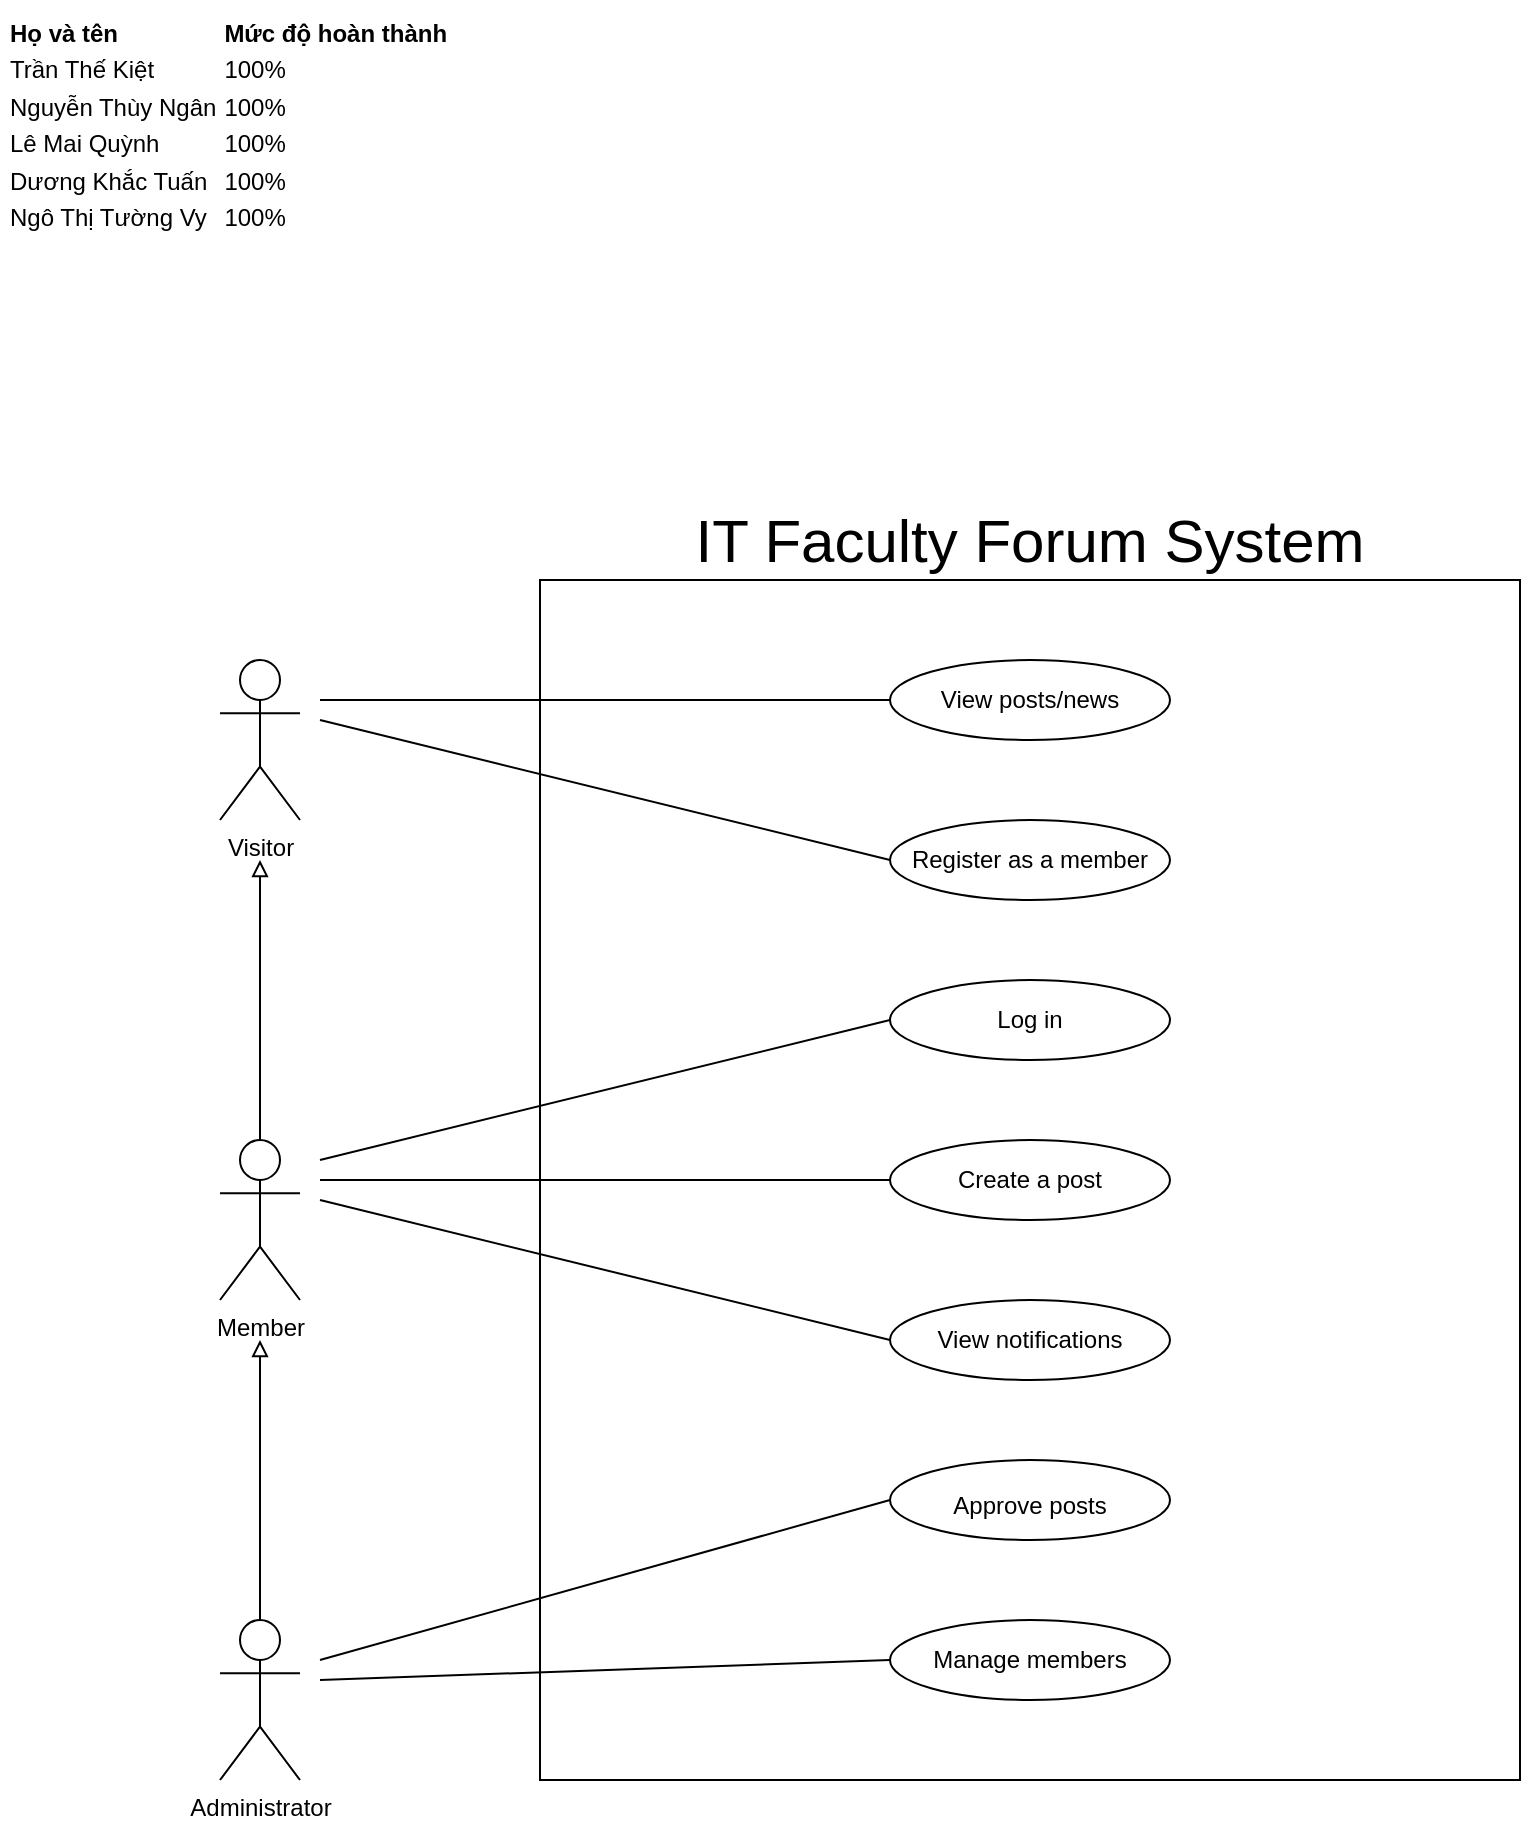
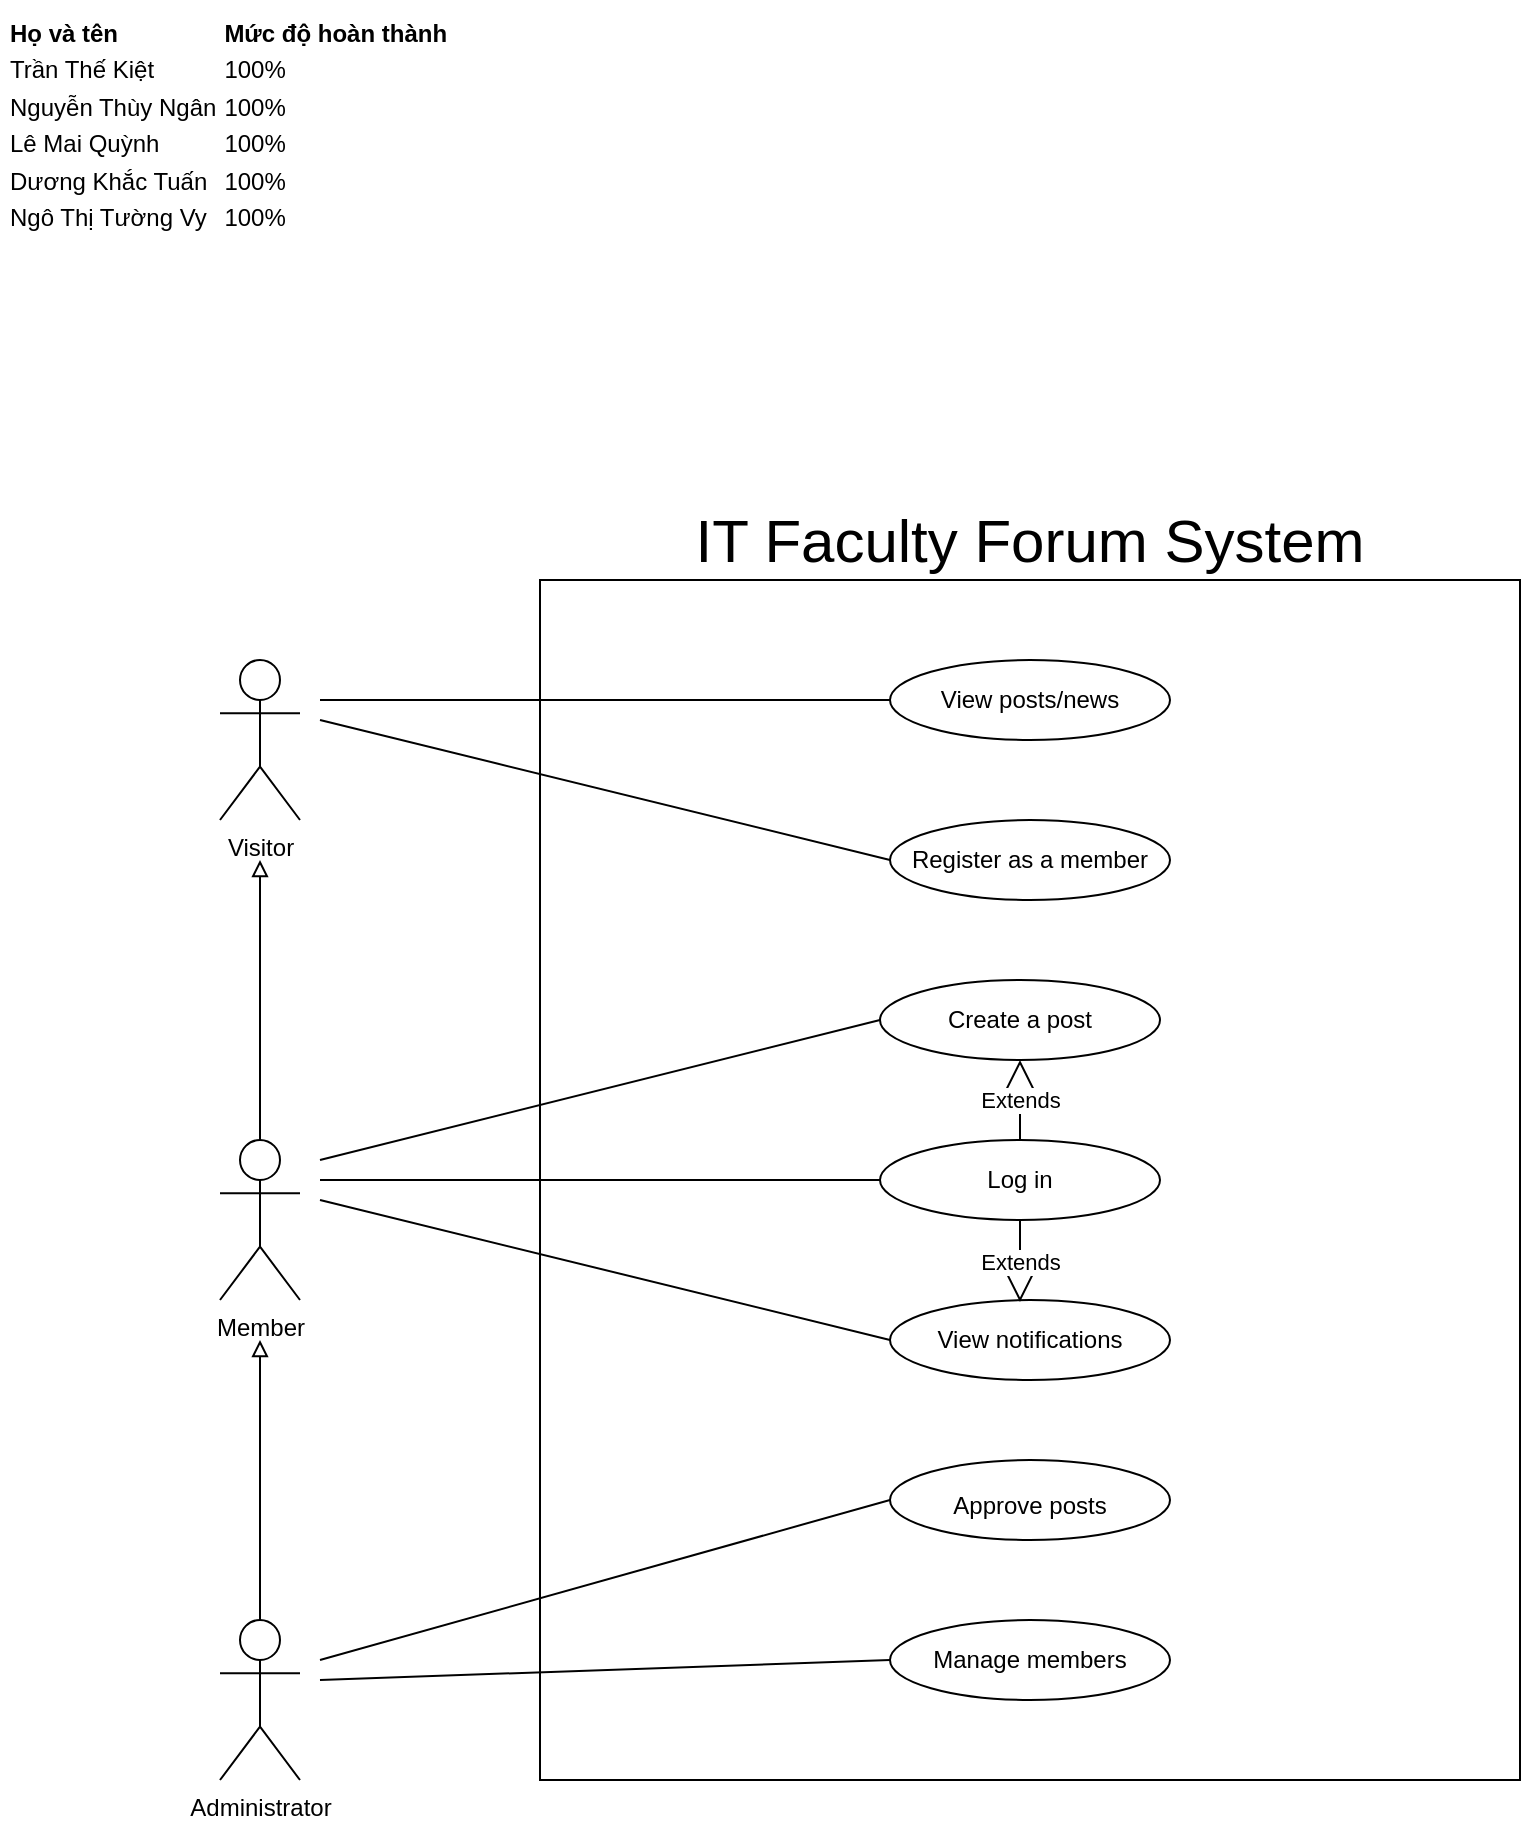
<mxfile host="app.diagrams.net" pages="3">
  <diagram name="UseCaseLevel1" id="R5SArAZ-sp13xk5E453y">
-     <mxGraphModel dx="1406" dy="2434" grid="1" gridSize="10" guides="1" tooltips="1" connect="1" arrows="1" fold="1" page="1" pageScale="1" pageWidth="1169" pageHeight="1654" math="0" shadow="0">
+     <mxGraphModel dx="981" dy="2222" grid="1" gridSize="10" guides="1" tooltips="1" connect="1" arrows="1" fold="1" page="1" pageScale="1" pageWidth="1169" pageHeight="1654" math="0" shadow="0">
      <root>
        <mxCell id="0" />
        <mxCell id="1" parent="0" />
        <mxCell id="h2pIs2B6fA9uW1FB1x-K-3" parent="1" style="rounded=0;whiteSpace=wrap;html=1;fillColor=none;" value="" vertex="1">
          <mxGeometry height="600" width="490" x="340" y="40" as="geometry" />
        </mxCell>
        <mxCell id="h2pIs2B6fA9uW1FB1x-K-4" parent="1" style="shape=umlActor;verticalLabelPosition=bottom;verticalAlign=top;html=1;" value="Visitor" vertex="1">
          <mxGeometry height="80" width="40" x="180" y="80" as="geometry" />
        </mxCell>
        <mxCell id="h2pIs2B6fA9uW1FB1x-K-9" edge="1" parent="1" source="h2pIs2B6fA9uW1FB1x-K-5" style="endArrow=block;endFill=0;">
          <mxGeometry relative="1" as="geometry">
            <mxPoint x="200" y="180" as="targetPoint" />
          </mxGeometry>
        </mxCell>
        <mxCell id="h2pIs2B6fA9uW1FB1x-K-5" parent="1" style="shape=umlActor;verticalLabelPosition=bottom;verticalAlign=top;html=1;" value="Member" vertex="1">
          <mxGeometry height="80" width="40" x="180" y="320" as="geometry" />
        </mxCell>
        <mxCell id="h2pIs2B6fA9uW1FB1x-K-8" edge="1" parent="1" source="h2pIs2B6fA9uW1FB1x-K-6" style="endArrow=block;endFill=0;">
          <mxGeometry relative="1" as="geometry">
            <mxPoint x="200" y="550" as="sourcePoint" />
            <mxPoint x="200" y="420" as="targetPoint" />
          </mxGeometry>
        </mxCell>
        <mxCell id="h2pIs2B6fA9uW1FB1x-K-6" parent="1" style="shape=umlActor;verticalLabelPosition=bottom;verticalAlign=top;html=1;" value="Administrator" vertex="1">
          <mxGeometry height="80" width="40" x="180" y="560" as="geometry" />
        </mxCell>
        <mxCell id="h2pIs2B6fA9uW1FB1x-K-10" parent="1" style="ellipse;whiteSpace=wrap;html=1;" value="View posts/news" vertex="1">
          <mxGeometry height="40" width="140" x="515" y="80" as="geometry" />
        </mxCell>
        <mxCell id="h2pIs2B6fA9uW1FB1x-K-11" parent="1" style="ellipse;whiteSpace=wrap;html=1;" value="Register as a member" vertex="1">
          <mxGeometry height="40" width="140" x="515" y="160" as="geometry" />
        </mxCell>
        <mxCell id="h2pIs2B6fA9uW1FB1x-K-12" parent="1" style="ellipse;whiteSpace=wrap;html=1;" value="Manage members" vertex="1">
          <mxGeometry height="40" width="140" x="515" y="560" as="geometry" />
        </mxCell>
        <mxCell id="h2pIs2B6fA9uW1FB1x-K-13" parent="1" style="ellipse;whiteSpace=wrap;html=1;" value="&lt;table&gt;&lt;tbody&gt;&lt;tr&gt;&lt;td data-start=&quot;483&quot; data-end=&quot;500&quot; data-col-size=&quot;sm&quot;&gt;&lt;/td&gt;&lt;/tr&gt;&lt;/tbody&gt;&lt;/table&gt;&lt;table&gt;&lt;tbody&gt;&lt;tr&gt;&lt;td data-start=&quot;500&quot; data-end=&quot;517&quot; data-col-size=&quot;sm&quot;&gt;Approve posts&lt;/td&gt;&lt;/tr&gt;&lt;/tbody&gt;&lt;/table&gt;" vertex="1">
          <mxGeometry height="40" width="140" x="515" y="480" as="geometry" />
        </mxCell>
        <mxCell id="h2pIs2B6fA9uW1FB1x-K-14" parent="1" style="ellipse;whiteSpace=wrap;html=1;" value="View notifications" vertex="1">
          <mxGeometry height="40" width="140" x="515" y="400" as="geometry" />
        </mxCell>
        <mxCell id="h2pIs2B6fA9uW1FB1x-K-15" parent="1" style="ellipse;whiteSpace=wrap;html=1;" value="Create a post" vertex="1">
-           <mxGeometry height="40" width="140" x="515" y="320" as="geometry" />
+           <mxGeometry height="40" width="140" x="510" y="240" as="geometry" />
        </mxCell>
        <mxCell id="h2pIs2B6fA9uW1FB1x-K-16" parent="1" style="ellipse;whiteSpace=wrap;html=1;" value="Log in" vertex="1">
-           <mxGeometry height="40" width="140" x="515" y="240" as="geometry" />
+           <mxGeometry height="40" width="140" x="510" y="320" as="geometry" />
        </mxCell>
        <mxCell id="h2pIs2B6fA9uW1FB1x-K-17" edge="1" parent="1" style="endArrow=none;html=1;rounded=0;entryX=0;entryY=0.5;entryDx=0;entryDy=0;" target="h2pIs2B6fA9uW1FB1x-K-10" value="">
          <mxGeometry height="50" relative="1" width="50" as="geometry">
            <mxPoint x="230" y="100" as="sourcePoint" />
            <mxPoint x="280" y="50" as="targetPoint" />
          </mxGeometry>
        </mxCell>
        <mxCell id="h2pIs2B6fA9uW1FB1x-K-18" edge="1" parent="1" style="endArrow=none;html=1;rounded=0;entryX=0;entryY=0.5;entryDx=0;entryDy=0;" target="h2pIs2B6fA9uW1FB1x-K-11" value="">
          <mxGeometry height="50" relative="1" width="50" as="geometry">
            <mxPoint x="230" y="110" as="sourcePoint" />
            <mxPoint x="380" y="140" as="targetPoint" />
          </mxGeometry>
        </mxCell>
        <mxCell id="h2pIs2B6fA9uW1FB1x-K-19" edge="1" parent="1" style="endArrow=none;html=1;rounded=0;entryX=0;entryY=0.5;entryDx=0;entryDy=0;" target="h2pIs2B6fA9uW1FB1x-K-16" value="">
          <mxGeometry height="50" relative="1" width="50" as="geometry">
+             <mxPoint x="230" y="340" as="sourcePoint" />
+             <mxPoint x="280" y="280" as="targetPoint" />
+           </mxGeometry>
+         </mxCell>
+         <mxCell id="h2pIs2B6fA9uW1FB1x-K-20" edge="1" parent="1" style="endArrow=none;html=1;rounded=0;entryX=0;entryY=0.5;entryDx=0;entryDy=0;" target="h2pIs2B6fA9uW1FB1x-K-15" value="">
+           <mxGeometry height="50" relative="1" width="50" as="geometry">
            <mxPoint x="230" y="330" as="sourcePoint" />
-             <mxPoint x="280" y="280" as="targetPoint" />
-           </mxGeometry>
-         </mxCell>
-         <mxCell id="h2pIs2B6fA9uW1FB1x-K-20" edge="1" parent="1" style="endArrow=none;html=1;rounded=0;entryX=0;entryY=0.5;entryDx=0;entryDy=0;" target="h2pIs2B6fA9uW1FB1x-K-15" value="">
-           <mxGeometry height="50" relative="1" width="50" as="geometry">
-             <mxPoint x="230" y="340" as="sourcePoint" />
            <mxPoint x="400" y="430" as="targetPoint" />
          </mxGeometry>
        </mxCell>
        <mxCell id="h2pIs2B6fA9uW1FB1x-K-21" edge="1" parent="1" style="endArrow=none;html=1;rounded=0;entryX=0;entryY=0.5;entryDx=0;entryDy=0;" target="h2pIs2B6fA9uW1FB1x-K-14" value="">
          <mxGeometry height="50" relative="1" width="50" as="geometry">
            <mxPoint x="230" y="350" as="sourcePoint" />
            <mxPoint x="400" y="430" as="targetPoint" />
          </mxGeometry>
        </mxCell>
        <mxCell id="h2pIs2B6fA9uW1FB1x-K-22" edge="1" parent="1" style="endArrow=none;html=1;rounded=0;entryX=0;entryY=0.5;entryDx=0;entryDy=0;" target="h2pIs2B6fA9uW1FB1x-K-13" value="">
          <mxGeometry height="50" relative="1" width="50" as="geometry">
            <mxPoint x="230" y="580" as="sourcePoint" />
            <mxPoint x="470" y="480" as="targetPoint" />
          </mxGeometry>
        </mxCell>
        <mxCell id="h2pIs2B6fA9uW1FB1x-K-23" edge="1" parent="1" style="endArrow=none;html=1;rounded=0;entryX=0;entryY=0.5;entryDx=0;entryDy=0;" target="h2pIs2B6fA9uW1FB1x-K-12" value="">
          <mxGeometry height="50" relative="1" width="50" as="geometry">
            <mxPoint x="230" y="590" as="sourcePoint" />
            <mxPoint x="450" y="450" as="targetPoint" />
          </mxGeometry>
        </mxCell>
        <mxCell id="C04jKtBo_vdliFKvRf8y-1" parent="1" style="text;html=1;whiteSpace=wrap;strokeColor=none;fillColor=none;align=center;verticalAlign=middle;rounded=0;fontSize=30;" value="IT Faculty Forum System" vertex="1">
          <mxGeometry height="30" width="420" x="375" y="5" as="geometry" />
        </mxCell>
        <mxCell id="89xbub1j4bfNiErm5dUX-1" parent="1" style="text;whiteSpace=wrap;html=1;" value="&lt;table&gt;&lt;thead&gt;&lt;tr&gt;&lt;th&gt;Họ và tên&lt;/th&gt;&lt;th&gt;Mức độ hoàn thành&lt;/th&gt;&lt;/tr&gt;&lt;/thead&gt;&lt;tbody&gt;&lt;tr&gt;&lt;td&gt;Trần Thế Kiệt&lt;/td&gt;&lt;td&gt;100%&lt;/td&gt;&lt;/tr&gt;&lt;tr&gt;&lt;td&gt;Nguyễn Thùy Ngân&lt;/td&gt;&lt;td&gt;100%&lt;/td&gt;&lt;/tr&gt;&lt;tr&gt;&lt;td&gt;Lê Mai Quỳnh&lt;/td&gt;&lt;td&gt;100%&lt;/td&gt;&lt;/tr&gt;&lt;tr&gt;&lt;td&gt;Dương Khắc Tuấn&lt;/td&gt;&lt;td&gt;100%&lt;/td&gt;&lt;/tr&gt;&lt;tr&gt;&lt;td&gt;Ngô Thị Tường Vy&lt;/td&gt;&lt;td&gt;100%&lt;/td&gt;&lt;/tr&gt;&lt;/tbody&gt;&lt;/table&gt;" vertex="1">
          <mxGeometry height="140" width="260" x="70" y="-250" as="geometry" />
+         </mxCell>
+         <mxCell id="_qQ-pECXFfhusa9vpeEa-2" edge="1" parent="1" source="h2pIs2B6fA9uW1FB1x-K-16" style="endArrow=block;endSize=16;endFill=0;html=1;rounded=0;entryX=0.5;entryY=1;entryDx=0;entryDy=0;" target="h2pIs2B6fA9uW1FB1x-K-15" value="Extends">
+           <mxGeometry relative="1" width="160" as="geometry">
+             <mxPoint x="390" y="520" as="sourcePoint" />
+             <mxPoint x="550" y="520" as="targetPoint" />
+           </mxGeometry>
+         </mxCell>
+         <mxCell id="_qQ-pECXFfhusa9vpeEa-3" edge="1" parent="1" style="endArrow=block;endSize=16;endFill=0;html=1;rounded=0;" value="Extends">
+           <mxGeometry relative="1" width="160" as="geometry">
+             <mxPoint x="580" y="360" as="sourcePoint" />
+             <mxPoint x="580" y="401" as="targetPoint" />
+           </mxGeometry>
        </mxCell>
      </root>
    </mxGraphModel>
  </diagram>
  <diagram id="GyQeJO6hl7p-9kbhmS7M" name="UseCaseLevel2-Thành viên">
    <mxGraphModel dx="1758" dy="2075" grid="1" gridSize="10" guides="1" tooltips="1" connect="1" arrows="1" fold="1" page="1" pageScale="1" pageWidth="850" pageHeight="1100" math="0" shadow="0">
      <root>
        <mxCell id="0" />
        <mxCell id="1" parent="0" />
        <mxCell id="actor" parent="1" style="shape=umlActor;verticalLabelPosition=bottom;verticalAlign=top;" value="Member" vertex="1">
          <mxGeometry height="100" width="50" x="60" y="280" as="geometry" />
        </mxCell>
        <mxCell id="uc_register" parent="1" style="ellipse;whiteSpace=wrap;html=1;" value="Register" vertex="1">
          <mxGeometry height="60" width="140" x="290" y="70" as="geometry" />
        </mxCell>
        <mxCell id="uc_login" parent="1" style="ellipse;whiteSpace=wrap;html=1;" value="Log in" vertex="1">
          <mxGeometry height="60" width="140" x="320" y="220" as="geometry" />
        </mxCell>
        <mxCell id="uc_post" parent="1" style="ellipse;whiteSpace=wrap;html=1;" value="Create a post" vertex="1">
          <mxGeometry height="60" width="140" x="320" y="380" as="geometry" />
        </mxCell>
        <mxCell id="uc_notify" parent="1" style="ellipse;whiteSpace=wrap;html=1;" value="View notifications" vertex="1">
          <mxGeometry height="60" width="180" x="320" y="590" as="geometry" />
        </mxCell>
        <mxCell id="uc_info" parent="1" style="ellipse;whiteSpace=wrap;html=1;" value="Enter information" vertex="1">
          <mxGeometry height="60" width="170" x="650" y="40" as="geometry" />
        </mxCell>
        <mxCell id="uc_validate" parent="1" style="ellipse;whiteSpace=wrap;html=1;" value="Validate information" vertex="1">
          <mxGeometry height="60" width="170" x="657" y="110" as="geometry" />
        </mxCell>
        <mxCell id="uc_create" parent="1" style="ellipse;whiteSpace=wrap;html=1;" value="Create account" vertex="1">
          <mxGeometry height="60" width="170" x="650" y="180" as="geometry" />
        </mxCell>
        <mxCell id="uc_inputlogin" parent="1" style="ellipse;whiteSpace=wrap;html=1;" value="Enter account credentials" vertex="1">
          <mxGeometry height="60" width="170" x="670" y="260" as="geometry" />
        </mxCell>
        <mxCell id="uc_auth" parent="1" style="ellipse;whiteSpace=wrap;html=1;" value="Authenticate account" vertex="1">
          <mxGeometry height="60" width="170" x="657" y="350" as="geometry" />
        </mxCell>
        <mxCell id="uc_write" parent="1" style="ellipse;whiteSpace=wrap;html=1;" value="Compose post" vertex="1">
          <mxGeometry height="60" width="180" x="790" y="390" as="geometry" />
        </mxCell>
        <mxCell id="uc_upload" parent="1" style="ellipse;whiteSpace=wrap;html=1;" value="Upload images" vertex="1">
          <mxGeometry height="60" width="180" x="790" y="460" as="geometry" />
        </mxCell>
        <mxCell id="uc_save" parent="1" style="ellipse;whiteSpace=wrap;html=1;" value="Save post" vertex="1">
          <mxGeometry height="60" width="180" x="690" y="530" as="geometry" />
        </mxCell>
        <mxCell id="uc_detailnotify" parent="1" style="ellipse;whiteSpace=wrap;html=1;" value="View notification details" vertex="1">
          <mxGeometry height="60" width="220" x="670" y="600" as="geometry" />
        </mxCell>
        <mxCell id="a1" edge="1" parent="1" source="actor" target="uc_register">
          <mxGeometry relative="1" as="geometry" />
        </mxCell>
        <mxCell id="a2" edge="1" parent="1" source="actor" target="uc_login">
          <mxGeometry relative="1" as="geometry" />
        </mxCell>
        <mxCell id="a3" edge="1" parent="1" source="actor" target="uc_post">
          <mxGeometry relative="1" as="geometry" />
        </mxCell>
        <mxCell id="a4" edge="1" parent="1" source="actor" target="uc_notify">
          <mxGeometry relative="1" as="geometry" />
        </mxCell>
        <mxCell id="i1" edge="1" parent="1" source="uc_register" style="dashed=1;endArrow=open;" target="uc_info" value="&lt;&lt;include&gt;&gt;">
          <mxGeometry relative="1" as="geometry" />
        </mxCell>
        <mxCell id="i2" edge="1" parent="1" source="uc_register" style="dashed=1;endArrow=open;" target="uc_validate" value="&lt;&lt;include&gt;&gt;">
          <mxGeometry relative="1" as="geometry" />
        </mxCell>
        <mxCell id="i3" edge="1" parent="1" source="uc_register" style="dashed=1;endArrow=open;" target="uc_create" value="&lt;&lt;include&gt;&gt;">
          <mxGeometry relative="1" as="geometry" />
        </mxCell>
        <mxCell id="i4" edge="1" parent="1" source="uc_login" style="dashed=1;endArrow=open;" target="uc_inputlogin" value="&lt;&lt;include&gt;&gt;">
          <mxGeometry relative="1" as="geometry" />
        </mxCell>
        <mxCell id="i5" edge="1" parent="1" source="uc_login" style="dashed=1;endArrow=open;" target="uc_auth" value="&lt;&lt;include&gt;&gt;">
          <mxGeometry relative="1" as="geometry" />
        </mxCell>
        <mxCell id="i6" edge="1" parent="1" source="uc_post" style="dashed=1;endArrow=open;" target="uc_write" value="&lt;&lt;include&gt;&gt;">
          <mxGeometry relative="1" as="geometry" />
        </mxCell>
        <mxCell id="i7" edge="1" parent="1" source="uc_post" style="dashed=1;endArrow=open;" target="uc_upload" value="&lt;&lt;include&gt;&gt;">
          <mxGeometry relative="1" as="geometry" />
        </mxCell>
        <mxCell id="i8" edge="1" parent="1" source="uc_post" style="dashed=1;endArrow=open;" target="uc_save" value="&lt;&lt;include&gt;&gt;">
          <mxGeometry relative="1" as="geometry" />
        </mxCell>
        <mxCell id="e1" edge="1" parent="1" source="uc_detailnotify" style="dashed=1;endArrow=open;" target="uc_notify" value="&lt;&lt;extend&gt;&gt;">
          <mxGeometry relative="1" as="geometry" />
        </mxCell>
        <mxCell id="G4jS8mM4TshF-VcKEbw7-3" parent="1" style="shape=swimlane;whiteSpace=wrap;html=1;startSize=30;bg opacity=0;strokeWidth=2;fontSize=14;fontStyle=1;align=center;" value="Forum System - Post Management" vertex="1">
          <mxGeometry height="690" width="770" x="230" y="-10" as="geometry" />
        </mxCell>
      </root>
    </mxGraphModel>
  </diagram>
  <diagram id="z6pwPU0jgT7hWzZQxbqI" name="UseCaseLevel2-Quản Trị Viên">
    <mxGraphModel dx="1406" dy="-389" grid="1" gridSize="10" guides="1" tooltips="1" connect="1" arrows="1" fold="1" page="1" pageScale="1" pageWidth="827" pageHeight="1169" math="0" shadow="0">
      <root>
        <mxCell id="0" />
        <mxCell id="1" parent="0" />
        <mxCell id="K5wDziJRcuBpRpGTvvNH-1" parent="1" style="shape=umlActor;verticalLabelPosition=bottom;verticalAlign=top;html=1;outlineConnect=0;" value="Administrator" vertex="1">
          <mxGeometry height="80" width="40" x="120" y="1450" as="geometry" />
        </mxCell>
        <mxCell id="K5wDziJRcuBpRpGTvvNH-2" parent="1" style="swimlane;whiteSpace=wrap;html=1;fillColor=#F8FFCC;" value="ADMINISTRATOR - POST APPROVAL" vertex="1">
          <mxGeometry height="520" width="440" x="200" y="1200" as="geometry" />
        </mxCell>
        <mxCell id="K5wDziJRcuBpRpGTvvNH-3" parent="K5wDziJRcuBpRpGTvvNH-2" style="ellipse;whiteSpace=wrap;html=1;" value="Log in" vertex="1">
          <mxGeometry height="70" width="120" x="60" y="80" as="geometry" />
        </mxCell>
        <mxCell id="K5wDziJRcuBpRpGTvvNH-4" parent="K5wDziJRcuBpRpGTvvNH-2" style="ellipse;whiteSpace=wrap;html=1;" value="Approve posts" vertex="1">
          <mxGeometry height="70" width="120" x="60" y="262" as="geometry" />
        </mxCell>
        <mxCell id="K5wDziJRcuBpRpGTvvNH-5" parent="K5wDziJRcuBpRpGTvvNH-2" style="ellipse;whiteSpace=wrap;html=1;" value="Accept post" vertex="1">
          <mxGeometry height="70" width="120" x="267" y="179" as="geometry" />
        </mxCell>
        <mxCell id="K5wDziJRcuBpRpGTvvNH-6" parent="K5wDziJRcuBpRpGTvvNH-2" style="ellipse;whiteSpace=wrap;html=1;" value="Reject post" vertex="1">
          <mxGeometry height="70" width="120" x="267" y="306" as="geometry" />
        </mxCell>
        <mxCell id="K5wDziJRcuBpRpGTvvNH-7" edge="1" parent="K5wDziJRcuBpRpGTvvNH-2" source="K5wDziJRcuBpRpGTvvNH-4" style="endArrow=classic;html=1;rounded=0;dashed=1;entryX=0.5;entryY=1;entryDx=0;entryDy=0;exitX=0.5;exitY=0;exitDx=0;exitDy=0;" target="K5wDziJRcuBpRpGTvvNH-3" value="">
          <mxGeometry relative="1" as="geometry">
            <mxPoint x="140" y="196" as="sourcePoint" />
            <mxPoint x="240" y="196" as="targetPoint" />
          </mxGeometry>
        </mxCell>
        <mxCell id="K5wDziJRcuBpRpGTvvNH-8" connectable="0" parent="K5wDziJRcuBpRpGTvvNH-7" style="edgeLabel;resizable=0;html=1;;align=center;verticalAlign=middle;" value="include" vertex="1">
          <mxGeometry relative="1" as="geometry" />
        </mxCell>
        <mxCell id="K5wDziJRcuBpRpGTvvNH-9" parent="K5wDziJRcuBpRpGTvvNH-2" style="ellipse;whiteSpace=wrap;html=1;" value="Enter rejection reason" vertex="1">
          <mxGeometry height="70" width="120" x="160" y="410" as="geometry" />
        </mxCell>
        <mxCell id="K5wDziJRcuBpRpGTvvNH-10" edge="1" parent="K5wDziJRcuBpRpGTvvNH-2" source="K5wDziJRcuBpRpGTvvNH-5" style="endArrow=classic;html=1;rounded=0;dashed=1;entryX=1;entryY=0;entryDx=0;entryDy=0;exitX=0;exitY=0.5;exitDx=0;exitDy=0;" target="K5wDziJRcuBpRpGTvvNH-4" value="">
          <mxGeometry relative="1" as="geometry">
            <mxPoint x="253" y="352" as="sourcePoint" />
            <mxPoint x="253" y="240" as="targetPoint" />
          </mxGeometry>
        </mxCell>
        <mxCell id="K5wDziJRcuBpRpGTvvNH-11" connectable="0" parent="K5wDziJRcuBpRpGTvvNH-10" style="edgeLabel;resizable=0;html=1;;align=center;verticalAlign=middle;" value="extend" vertex="1">
          <mxGeometry relative="1" as="geometry" />
        </mxCell>
        <mxCell id="K5wDziJRcuBpRpGTvvNH-12" edge="1" parent="K5wDziJRcuBpRpGTvvNH-2" source="K5wDziJRcuBpRpGTvvNH-6" style="endArrow=classic;html=1;rounded=0;dashed=1;entryX=1;entryY=1;entryDx=0;entryDy=0;exitX=0;exitY=0.5;exitDx=0;exitDy=0;" target="K5wDziJRcuBpRpGTvvNH-4" value="">
          <mxGeometry relative="1" as="geometry">
            <mxPoint x="355" y="305" as="sourcePoint" />
            <mxPoint x="251" y="363" as="targetPoint" />
          </mxGeometry>
        </mxCell>
        <mxCell id="K5wDziJRcuBpRpGTvvNH-13" connectable="0" parent="K5wDziJRcuBpRpGTvvNH-12" style="edgeLabel;resizable=0;html=1;;align=center;verticalAlign=middle;" value="extend" vertex="1">
          <mxGeometry relative="1" as="geometry" />
        </mxCell>
        <mxCell id="K5wDziJRcuBpRpGTvvNH-14" edge="1" parent="K5wDziJRcuBpRpGTvvNH-2" source="K5wDziJRcuBpRpGTvvNH-6" style="endArrow=classic;html=1;rounded=0;dashed=1;entryX=1;entryY=0;entryDx=0;entryDy=0;exitX=0.227;exitY=0.941;exitDx=0;exitDy=0;exitPerimeter=0;" target="K5wDziJRcuBpRpGTvvNH-9" value="">
          <mxGeometry relative="1" as="geometry">
            <mxPoint x="306" y="509" as="sourcePoint" />
            <mxPoint x="306" y="397" as="targetPoint" />
          </mxGeometry>
        </mxCell>
        <mxCell id="K5wDziJRcuBpRpGTvvNH-15" connectable="0" parent="K5wDziJRcuBpRpGTvvNH-14" style="edgeLabel;resizable=0;html=1;;align=center;verticalAlign=middle;" value="include" vertex="1">
          <mxGeometry relative="1" as="geometry" />
        </mxCell>
        <mxCell id="K5wDziJRcuBpRpGTvvNH-16" edge="1" parent="1" style="endArrow=classic;html=1;rounded=0;entryX=0;entryY=1;entryDx=0;entryDy=0;" target="K5wDziJRcuBpRpGTvvNH-3" value="">
          <mxGeometry height="50" relative="1" width="50" as="geometry">
            <mxPoint x="170" y="1470" as="sourcePoint" />
            <mxPoint x="360" y="1440" as="targetPoint" />
          </mxGeometry>
        </mxCell>
        <mxCell id="K5wDziJRcuBpRpGTvvNH-17" edge="1" parent="1" style="endArrow=classic;html=1;rounded=0;entryX=0;entryY=0.5;entryDx=0;entryDy=0;" target="K5wDziJRcuBpRpGTvvNH-4" value="">
          <mxGeometry height="50" relative="1" width="50" as="geometry">
            <mxPoint x="170" y="1480" as="sourcePoint" />
            <mxPoint x="421" y="1413" as="targetPoint" />
          </mxGeometry>
        </mxCell>
        <mxCell id="ivUSVhTw4Toc05XPHIlE-1" parent="1" style="swimlane;whiteSpace=wrap;html=1;fillColor=#F8FFCC;" value="ADMINISTRATOR - MEMBER MANAGEMENT" vertex="1">
          <mxGeometry height="540" width="440" x="200" y="1760" as="geometry">
            <mxRectangle height="30" width="270" x="925" y="1680" as="alternateBounds" />
          </mxGeometry>
        </mxCell>
        <mxCell id="ivUSVhTw4Toc05XPHIlE-2" parent="ivUSVhTw4Toc05XPHIlE-1" style="ellipse;whiteSpace=wrap;html=1;" value="Log in" vertex="1">
          <mxGeometry height="70" width="120" x="60" y="80" as="geometry" />
        </mxCell>
        <mxCell id="ivUSVhTw4Toc05XPHIlE-3" parent="ivUSVhTw4Toc05XPHIlE-1" style="ellipse;whiteSpace=wrap;html=1;" value="Manage members" vertex="1">
          <mxGeometry height="70" width="120" x="60" y="262" as="geometry" />
        </mxCell>
        <mxCell id="ivUSVhTw4Toc05XPHIlE-4" parent="ivUSVhTw4Toc05XPHIlE-1" style="ellipse;whiteSpace=wrap;html=1;" value="Update member information" vertex="1">
          <mxGeometry height="70" width="120" x="267" y="201.5" as="geometry" />
        </mxCell>
        <mxCell id="ivUSVhTw4Toc05XPHIlE-5" parent="ivUSVhTw4Toc05XPHIlE-1" style="ellipse;whiteSpace=wrap;html=1;" value="Approve member registration" vertex="1">
          <mxGeometry height="70" width="120" x="267" y="306" as="geometry" />
        </mxCell>
        <mxCell id="ivUSVhTw4Toc05XPHIlE-6" edge="1" parent="ivUSVhTw4Toc05XPHIlE-1" source="ivUSVhTw4Toc05XPHIlE-3" style="endArrow=classic;html=1;rounded=0;dashed=1;entryX=0.5;entryY=1;entryDx=0;entryDy=0;exitX=0.5;exitY=0;exitDx=0;exitDy=0;" target="ivUSVhTw4Toc05XPHIlE-2" value="">
          <mxGeometry relative="1" as="geometry">
            <mxPoint x="140" y="196" as="sourcePoint" />
            <mxPoint x="240" y="196" as="targetPoint" />
          </mxGeometry>
        </mxCell>
        <mxCell id="ivUSVhTw4Toc05XPHIlE-7" connectable="0" parent="ivUSVhTw4Toc05XPHIlE-6" style="edgeLabel;resizable=0;html=1;;align=center;verticalAlign=middle;" value="include" vertex="1">
          <mxGeometry relative="1" as="geometry" />
        </mxCell>
        <mxCell id="ivUSVhTw4Toc05XPHIlE-8" parent="ivUSVhTw4Toc05XPHIlE-1" style="ellipse;whiteSpace=wrap;html=1;" value="Accept registration" vertex="1">
          <mxGeometry height="61.5" width="120" x="290" y="435.5" as="geometry" />
        </mxCell>
        <mxCell id="ivUSVhTw4Toc05XPHIlE-9" edge="1" parent="ivUSVhTw4Toc05XPHIlE-1" source="ivUSVhTw4Toc05XPHIlE-3" style="endArrow=classic;html=1;rounded=0;dashed=1;exitX=1;exitY=1;exitDx=0;exitDy=0;entryX=0;entryY=0.5;entryDx=0;entryDy=0;" target="ivUSVhTw4Toc05XPHIlE-5" value="">
          <mxGeometry relative="1" as="geometry">
            <mxPoint x="306" y="509" as="sourcePoint" />
            <mxPoint x="201" y="377.5" as="targetPoint" />
          </mxGeometry>
        </mxCell>
        <mxCell id="ivUSVhTw4Toc05XPHIlE-10" connectable="0" parent="ivUSVhTw4Toc05XPHIlE-9" style="edgeLabel;resizable=0;html=1;;align=center;verticalAlign=middle;" value="include" vertex="1">
          <mxGeometry relative="1" as="geometry" />
        </mxCell>
        <mxCell id="ivUSVhTw4Toc05XPHIlE-11" parent="ivUSVhTw4Toc05XPHIlE-1" style="ellipse;whiteSpace=wrap;html=1;" value="&lt;div&gt;Delete member&lt;/div&gt;" vertex="1">
          <mxGeometry height="70" width="120" x="267" y="93.5" as="geometry" />
        </mxCell>
        <mxCell id="ivUSVhTw4Toc05XPHIlE-12" edge="1" parent="ivUSVhTw4Toc05XPHIlE-1" source="ivUSVhTw4Toc05XPHIlE-3" style="endArrow=classic;html=1;rounded=0;dashed=1;entryX=0.026;entryY=0.646;entryDx=0;entryDy=0;exitX=0.719;exitY=0.052;exitDx=0;exitDy=0;exitPerimeter=0;entryPerimeter=0;" target="ivUSVhTw4Toc05XPHIlE-11" value="">
          <mxGeometry relative="1" as="geometry">
            <mxPoint x="252" y="171.5" as="sourcePoint" />
            <mxPoint x="220" y="219.5" as="targetPoint" />
          </mxGeometry>
        </mxCell>
        <mxCell id="ivUSVhTw4Toc05XPHIlE-13" connectable="0" parent="ivUSVhTw4Toc05XPHIlE-12" style="edgeLabel;resizable=0;html=1;;align=center;verticalAlign=middle;" value="include" vertex="1">
          <mxGeometry relative="1" as="geometry" />
        </mxCell>
        <mxCell id="ivUSVhTw4Toc05XPHIlE-14" edge="1" parent="ivUSVhTw4Toc05XPHIlE-1" source="ivUSVhTw4Toc05XPHIlE-3" style="endArrow=classic;html=1;rounded=0;dashed=1;entryX=0.004;entryY=0.599;entryDx=0;entryDy=0;entryPerimeter=0;exitX=0.963;exitY=0.292;exitDx=0;exitDy=0;exitPerimeter=0;" target="ivUSVhTw4Toc05XPHIlE-4" value="">
          <mxGeometry relative="1" as="geometry">
            <mxPoint x="194" y="269.5" as="sourcePoint" />
            <mxPoint x="227" y="305.5" as="targetPoint" />
          </mxGeometry>
        </mxCell>
        <mxCell id="ivUSVhTw4Toc05XPHIlE-15" connectable="0" parent="ivUSVhTw4Toc05XPHIlE-14" style="edgeLabel;resizable=0;html=1;;align=center;verticalAlign=middle;" value="include" vertex="1">
          <mxGeometry relative="1" as="geometry" />
        </mxCell>
        <mxCell id="ivUSVhTw4Toc05XPHIlE-16" edge="1" parent="ivUSVhTw4Toc05XPHIlE-1" source="ivUSVhTw4Toc05XPHIlE-8" style="endArrow=classic;html=1;rounded=0;dashed=1;entryX=0.605;entryY=0.984;entryDx=0;entryDy=0;entryPerimeter=0;exitX=0.5;exitY=0;exitDx=0;exitDy=0;" target="ivUSVhTw4Toc05XPHIlE-5" value="">
          <mxGeometry relative="1" as="geometry">
            <mxPoint x="363" y="435.5" as="sourcePoint" />
            <mxPoint x="351" y="402.5" as="targetPoint" />
          </mxGeometry>
        </mxCell>
        <mxCell id="ivUSVhTw4Toc05XPHIlE-17" connectable="0" parent="ivUSVhTw4Toc05XPHIlE-16" style="edgeLabel;resizable=0;html=1;;align=center;verticalAlign=middle;" value="extend" vertex="1">
          <mxGeometry relative="1" as="geometry" />
        </mxCell>
        <mxCell id="ivUSVhTw4Toc05XPHIlE-18" parent="ivUSVhTw4Toc05XPHIlE-1" style="ellipse;whiteSpace=wrap;html=1;" value="Reject registration" vertex="1">
          <mxGeometry height="58.5" width="120" x="139" y="423.5" as="geometry" />
        </mxCell>
        <mxCell id="ivUSVhTw4Toc05XPHIlE-19" edge="1" parent="ivUSVhTw4Toc05XPHIlE-1" source="ivUSVhTw4Toc05XPHIlE-18" style="endArrow=classic;html=1;rounded=0;dashed=1;entryX=0;entryY=1;entryDx=0;entryDy=0;exitX=0.5;exitY=0;exitDx=0;exitDy=0;" target="ivUSVhTw4Toc05XPHIlE-5" value="">
          <mxGeometry relative="1" as="geometry">
            <mxPoint x="232" y="435.5" as="sourcePoint" />
            <mxPoint x="204" y="390.5" as="targetPoint" />
          </mxGeometry>
        </mxCell>
        <mxCell id="ivUSVhTw4Toc05XPHIlE-20" connectable="0" parent="ivUSVhTw4Toc05XPHIlE-19" style="edgeLabel;resizable=0;html=1;;align=center;verticalAlign=middle;" value="extend" vertex="1">
          <mxGeometry relative="1" as="geometry" />
        </mxCell>
        <mxCell id="ivUSVhTw4Toc05XPHIlE-21" parent="1" style="shape=umlActor;verticalLabelPosition=bottom;verticalAlign=top;html=1;outlineConnect=0;" value="Administrator" vertex="1">
          <mxGeometry height="80" width="40" x="120" y="2020" as="geometry" />
        </mxCell>
        <mxCell id="ivUSVhTw4Toc05XPHIlE-22" edge="1" parent="1" style="endArrow=classic;html=1;rounded=0;entryX=0;entryY=0.5;entryDx=0;entryDy=0;" target="ivUSVhTw4Toc05XPHIlE-2" value="">
          <mxGeometry height="50" relative="1" width="50" as="geometry">
            <mxPoint x="170" y="2040" as="sourcePoint" />
            <mxPoint x="334" y="2072" as="targetPoint" />
          </mxGeometry>
        </mxCell>
        <mxCell id="ivUSVhTw4Toc05XPHIlE-23" edge="1" parent="1" style="endArrow=classic;html=1;rounded=0;entryX=0;entryY=0.5;entryDx=0;entryDy=0;" target="ivUSVhTw4Toc05XPHIlE-3" value="">
          <mxGeometry height="50" relative="1" width="50" as="geometry">
            <mxPoint x="170" y="2050" as="sourcePoint" />
            <mxPoint x="345" y="2129" as="targetPoint" />
          </mxGeometry>
        </mxCell>
      </root>
    </mxGraphModel>
  </diagram>
</mxfile>
